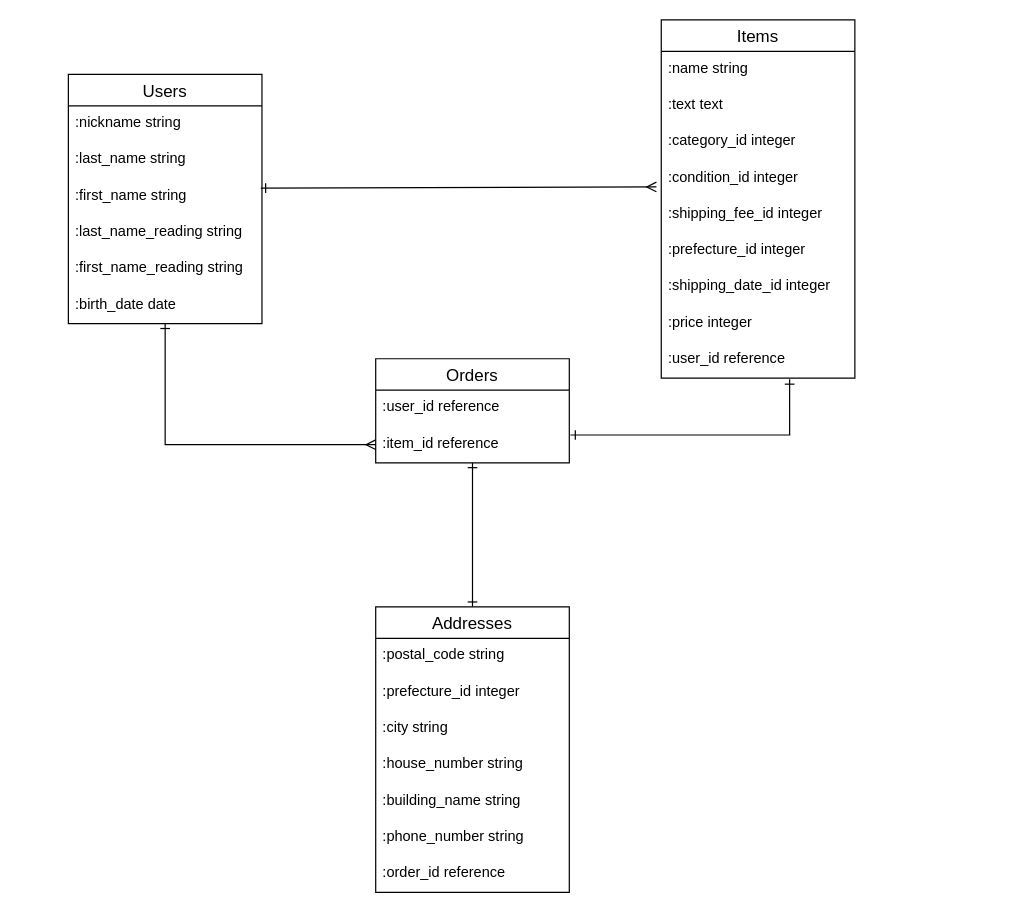
This is er.dio from rache930/furima-34828, a draw.io file, before an edit. Source tidied: cells renumbered, new cells numbered last; positions are measured from the earlier drawing's top-left corner, leaving out a move shared by most shapes. Both pictures are drawn from the tidied source at 121%, with x=0, y=0 at pixel (68, 19).
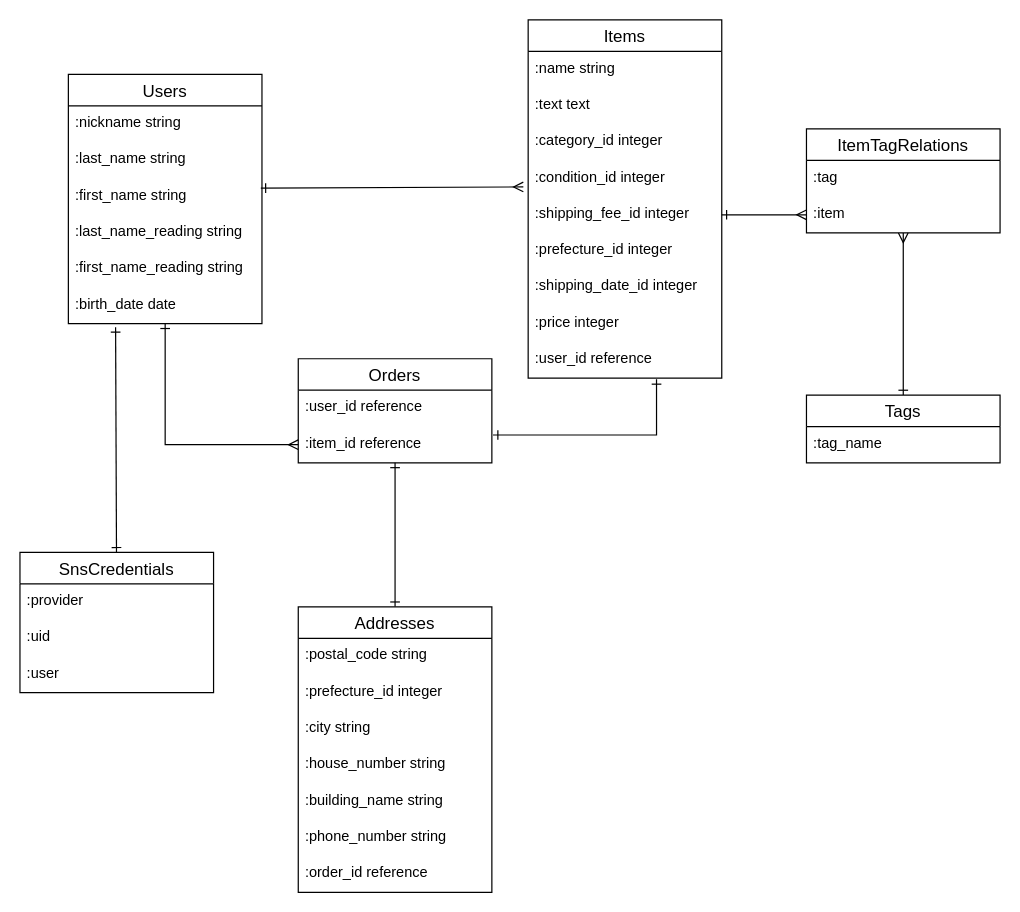
Above is the later version.

Commit message (it also covers changes not shown here):
データベースの変更

Unchanged cells that the change refers to:
```xml
<mxCell id="6" value=":first_name string" style="text;strokeColor=none;fillColor=none;spacingLeft=4;spacingRight=4;overflow=hidden;points=[[0,0.5],[1,0.5]];portConstraint=eastwest;fontSize=12;" parent="3" vertex="1">
  <mxGeometry y="86" width="160" height="30" as="geometry" />
</mxCell>
<mxCell id="9" value=":birth_date date " style="text;strokeColor=none;fillColor=none;spacingLeft=4;spacingRight=4;overflow=hidden;points=[[0,0.5],[1,0.5]];portConstraint=eastwest;fontSize=12;" parent="3" vertex="1">
  <mxGeometry y="176" width="160" height="30" as="geometry" />
</mxCell>
<mxCell id="14" value=":condition_id integer" style="text;strokeColor=none;fillColor=none;spacingLeft=4;spacingRight=4;overflow=hidden;points=[[0,0.5],[1,0.5]];portConstraint=eastwest;fontSize=12;" parent="10" vertex="1">
  <mxGeometry y="116" width="160" height="30" as="geometry" />
</mxCell>
<mxCell id="15" value=":shipping_fee_id integer" style="text;strokeColor=none;fillColor=none;spacingLeft=4;spacingRight=4;overflow=hidden;points=[[0,0.5],[1,0.5]];portConstraint=eastwest;fontSize=12;" parent="10" vertex="1">
  <mxGeometry y="146" width="160" height="30" as="geometry" />
</mxCell>
```

Change to the diagram source:
```diff
@@
     <mxCell id="10" value="Items" style="swimlane;fontStyle=0;horizontal=1;startSize=26;align=center;fontSize=14;" parent="1" vertex="1">
-      <mxGeometry x="490" width="160" height="296" as="geometry" />
+      <mxGeometry x="380" width="160" height="296" as="geometry" />
     </mxCell>
@@
-    <mxCell id="20" style="rounded=0;jettySize=auto;html=1;exitX=0.994;exitY=0.267;exitDx=0;exitDy=0;entryX=-0.025;entryY=0.733;entryDx=0;entryDy=0;entryPerimeter=0;endArrow=ERmany;endFill=0;startArrow=ERone;startFill=0;exitPerimeter=0;" parent="1" edge="1" source="6" target="14">
-      <mxGeometry relative="1" as="geometry" />
+    <mxCell id="20" style="rounded=0;jettySize=auto;html=1;exitX=0.994;exitY=0.267;exitDx=0;exitDy=0;endArrow=ERmany;endFill=0;startArrow=ERone;startFill=0;exitPerimeter=0;" parent="1" edge="1" source="6">
+      <mxGeometry relative="1" as="geometry">
+        <mxPoint x="376" y="138" as="targetPoint" />
+      </mxGeometry>
     </mxCell>
     <mxCell id="21" value="Orders" style="swimlane;fontStyle=0;horizontal=1;startSize=26;align=center;fontSize=14;" parent="1" vertex="1">
-      <mxGeometry x="254" y="280" width="160" height="86" as="geometry" />
+      <mxGeometry x="190" y="280" width="160" height="86" as="geometry" />
     </mxCell>
@@
     <mxCell id="25" value="Addresses" style="swimlane;fontStyle=0;horizontal=1;startSize=26;align=center;fontSize=14;" parent="1" vertex="1">
-      <mxGeometry x="254" y="485" width="160" height="236" as="geometry" />
+      <mxGeometry x="190" y="485" width="160" height="236" as="geometry" />
     </mxCell>
@@
+    <mxCell id="34" value="ItemTagRelations" style="swimlane;fontStyle=0;horizontal=1;startSize=26;align=center;fontSize=14;" parent="1" vertex="1">
+      <mxGeometry x="610" y="90" width="160" height="86" as="geometry" />
+    </mxCell>
+    <mxCell id="35" value=":tag" style="text;strokeColor=none;fillColor=none;spacingLeft=4;spacingRight=4;overflow=hidden;fontSize=12;" parent="34" vertex="1">
+      <mxGeometry y="26" width="160" height="30" as="geometry" />
+    </mxCell>
+    <mxCell id="36" value=":item" style="text;strokeColor=none;fillColor=none;spacingLeft=4;spacingRight=4;overflow=hidden;points=[[0,0.5],[1,0.5]];portConstraint=eastwest;fontSize=12;" parent="34" vertex="1">
+      <mxGeometry y="56" width="160" height="30" as="geometry" />
+    </mxCell>
+    <mxCell id="37" style="edgeStyle=none;rounded=0;jettySize=auto;html=1;entryX=0.5;entryY=1;entryDx=0;entryDy=0;startArrow=ERone;startFill=0;endArrow=ERmany;endFill=0;" parent="1" edge="1" source="38" target="34">
+      <mxGeometry relative="1" as="geometry" />
+    </mxCell>
+    <mxCell id="38" value="Tags" style="swimlane;fontStyle=0;horizontal=1;startSize=26;align=center;fontSize=14;" parent="1" vertex="1">
+      <mxGeometry x="610" y="310" width="160" height="56" as="geometry" />
+    </mxCell>
+    <mxCell id="39" value=":tag_name" style="text;strokeColor=none;fillColor=none;spacingLeft=4;spacingRight=4;overflow=hidden;fontSize=12;" parent="38" vertex="1">
+      <mxGeometry y="26" width="160" height="30" as="geometry" />
+    </mxCell>
+    <mxCell id="40" style="edgeStyle=none;rounded=0;jettySize=auto;html=1;entryX=0.244;entryY=1.1;entryDx=0;entryDy=0;entryPerimeter=0;startArrow=ERone;startFill=0;endArrow=ERone;endFill=0;" parent="1" edge="1" source="41" target="9">
+      <mxGeometry relative="1" as="geometry" />
+    </mxCell>
+    <mxCell id="41" value="SnsCredentials" style="swimlane;fontStyle=0;horizontal=1;startSize=26;align=center;fontSize=14;" parent="1" vertex="1">
+      <mxGeometry x="-40" y="440" width="160" height="116" as="geometry" />
+    </mxCell>
+    <mxCell id="42" value=":provider" style="text;strokeColor=none;fillColor=none;spacingLeft=4;spacingRight=4;overflow=hidden;fontSize=12;" parent="41" vertex="1">
+      <mxGeometry y="26" width="160" height="30" as="geometry" />
+    </mxCell>
+    <mxCell id="43" value=":uid" style="text;strokeColor=none;fillColor=none;spacingLeft=4;spacingRight=4;overflow=hidden;fontSize=12;" parent="41" vertex="1">
+      <mxGeometry y="56" width="160" height="30" as="geometry" />
+    </mxCell>
+    <mxCell id="44" value=":user" style="text;strokeColor=none;fillColor=none;spacingLeft=4;spacingRight=4;overflow=hidden;fontSize=12;" parent="41" vertex="1">
+      <mxGeometry y="86" width="160" height="30" as="geometry" />
+    </mxCell>
+    <mxCell id="45" style="rounded=0;jettySize=auto;html=1;entryX=1;entryY=0.5;entryDx=0;entryDy=0;startArrow=ERmany;startFill=0;endArrow=ERone;endFill=0;" parent="1" edge="1" source="36" target="15">
+      <mxGeometry relative="1" as="geometry" />
+    </mxCell>
```
